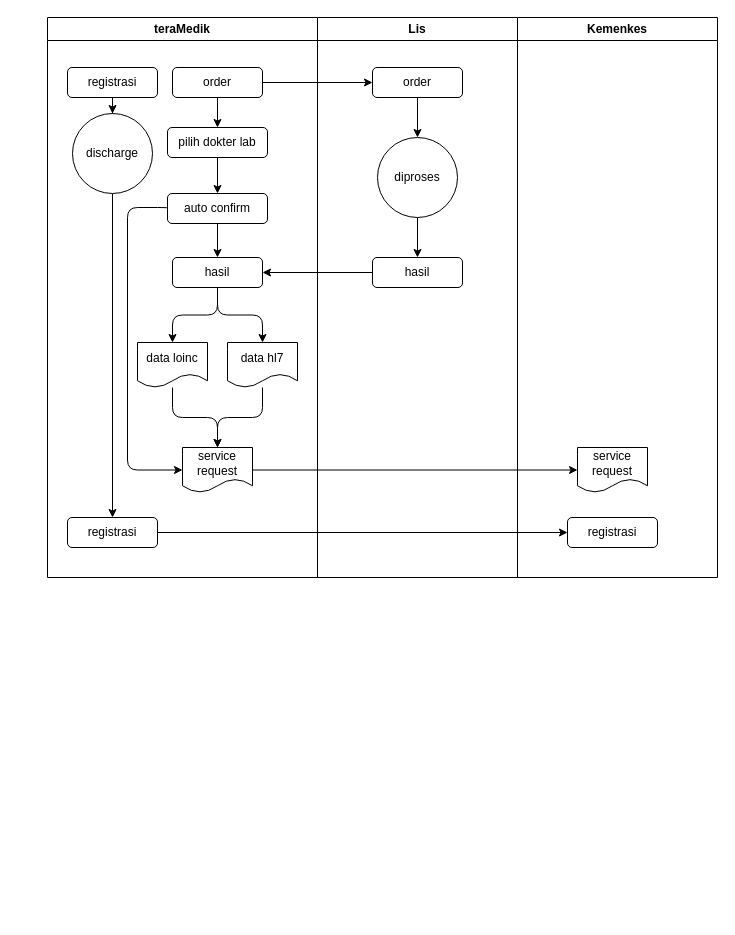
Earlier version of the draw.io diagram Pengiriman satu sehat Royal Progress.drawio (Akhmad-R-tera/diagram_job). Source tidied: cells renumbered, new cells numbered last; positions are measured from the earlier drawing's top-left corner, leaving out a move shared by most shapes. Both pictures are drawn from the tidied source at 100%, with x=0, y=0 at pixel (47, 17).
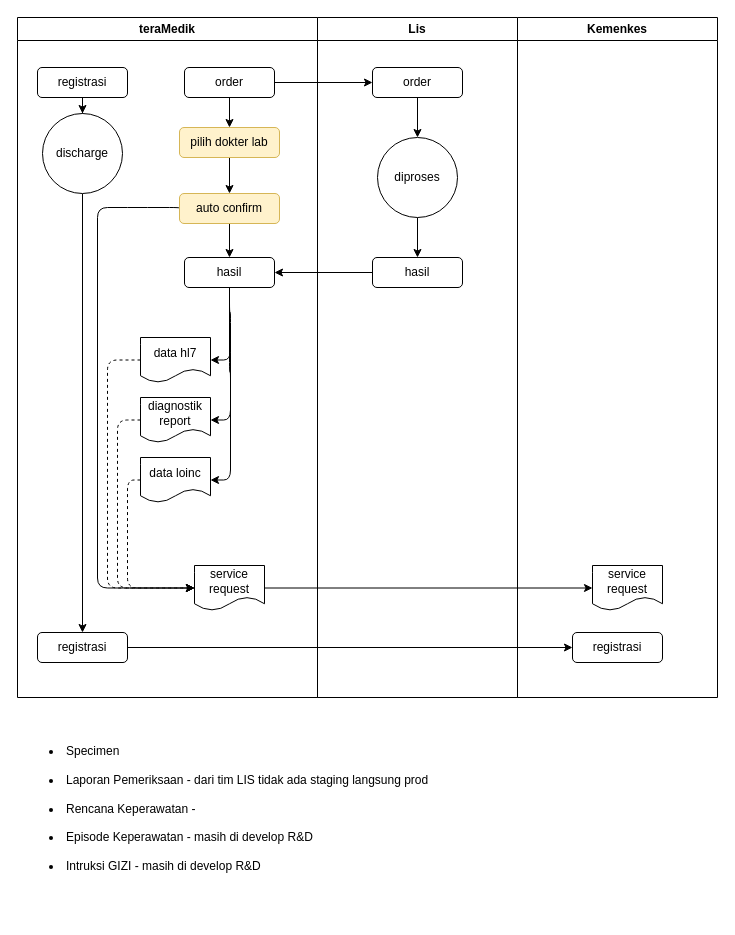
After the change.

What changed in the source:
```diff
@@
     <mxCell id="2" value="teraMedik" style="swimlane;whiteSpace=wrap;html=1;" parent="1" vertex="1">
-      <mxGeometry width="270" height="560" as="geometry" />
+      <mxGeometry x="-30" width="300" height="680" as="geometry" />
     </mxCell>
@@
     <mxCell id="4" value="order" style="rounded=1;whiteSpace=wrap;html=1;" parent="2" vertex="1">
-      <mxGeometry x="125" y="50" width="90" height="30" as="geometry" />
+      <mxGeometry x="167" y="50" width="90" height="30" as="geometry" />
     </mxCell>
+    <mxCell id="36" style="edgeStyle=orthogonalEdgeStyle;rounded=1;jettySize=auto;html=1;entryX=1;entryY=0.5;entryDx=0;entryDy=0;curved=0;" parent="2" edge="1" source="7" target="38">
+      <mxGeometry relative="1" as="geometry" />
+    </mxCell>
+    <mxCell id="6" style="edgeStyle=orthogonalEdgeStyle;rounded=1;jettySize=auto;html=1;entryX=1;entryY=0.5;entryDx=0;entryDy=0;curved=0;" parent="2" edge="1" source="7" target="11">
+      <mxGeometry relative="1" as="geometry" />
+    </mxCell>
-    <mxCell id="5" style="edgeStyle=orthogonalEdgeStyle;rounded=1;jettySize=auto;html=1;curved=0;" parent="2" edge="1" source="7" target="9">
+    <mxCell id="5" style="edgeStyle=orthogonalEdgeStyle;rounded=1;jettySize=auto;html=1;entryX=1;entryY=0.5;entryDx=0;entryDy=0;curved=0;" parent="2" edge="1" source="7" target="9">
       <mxGeometry relative="1" as="geometry" />
     </mxCell>
-    <mxCell id="6" style="edgeStyle=orthogonalEdgeStyle;rounded=1;jettySize=auto;html=1;entryX=0.5;entryY=0;entryDx=0;entryDy=0;curved=0;" parent="2" edge="1" source="7" target="11">
-      <mxGeometry relative="1" as="geometry" />
-    </mxCell>
     <mxCell id="7" value="hasil" style="whiteSpace=wrap;html=1;rounded=1;" parent="2" vertex="1">
-      <mxGeometry x="125" y="240" width="90" height="30" as="geometry" />
+      <mxGeometry x="167" y="240" width="90" height="30" as="geometry" />
     </mxCell>
-    <mxCell id="8" style="edgeStyle=orthogonalEdgeStyle;rounded=1;jettySize=auto;html=1;curved=0;" parent="2" edge="1" source="9" target="12">
-      <mxGeometry relative="1" as="geometry" />
+    <mxCell id="8" style="edgeStyle=orthogonalEdgeStyle;rounded=1;jettySize=auto;html=1;entryX=0;entryY=0.5;entryDx=0;entryDy=0;exitX=0;exitY=0.5;exitDx=0;exitDy=0;curved=0;dashed=1;" parent="2" edge="1" source="9" target="12">
+      <mxGeometry relative="1" as="geometry">
+        <Array as="points">
+          <mxPoint x="110" y="462.5" />
+          <mxPoint x="110" y="570.5" />
+        </Array>
+      </mxGeometry>
     </mxCell>
     <mxCell id="9" value="data loinc" style="shape=document;whiteSpace=wrap;html=1;boundedLbl=1;rounded=1;" parent="2" vertex="1">
-      <mxGeometry x="90" y="325" width="70" height="45" as="geometry" />
+      <mxGeometry x="123" y="440" width="70" height="45" as="geometry" />
     </mxCell>
-    <mxCell id="10" style="edgeStyle=orthogonalEdgeStyle;rounded=1;jettySize=auto;html=1;entryX=0.5;entryY=0;entryDx=0;entryDy=0;curved=0;" parent="2" edge="1" source="11" target="12">
-      <mxGeometry relative="1" as="geometry" />
-    </mxCell>
-    <mxCell id="11" value="data hl7" style="shape=document;whiteSpace=wrap;html=1;boundedLbl=1;rounded=1;" parent="2" vertex="1">
-      <mxGeometry x="180" y="325" width="70" height="45" as="geometry" />
-    </mxCell>
     <mxCell id="12" value="service request" style="shape=document;whiteSpace=wrap;html=1;boundedLbl=1;rounded=1;" parent="2" vertex="1">
-      <mxGeometry x="135" y="430" width="70" height="45" as="geometry" />
+      <mxGeometry x="177" y="548" width="70" height="45" as="geometry" />
     </mxCell>
     <mxCell id="13" style="edgeStyle=orthogonalEdgeStyle;rounded=1;jettySize=auto;html=1;entryX=0;entryY=0.5;entryDx=0;entryDy=0;exitX=0;exitY=0.5;exitDx=0;exitDy=0;curved=0;" parent="2" edge="1" source="15" target="12">
       <mxGeometry relative="1" as="geometry">
         <Array as="points">
           <mxPoint x="120" y="190" />
           <mxPoint x="80" y="190" />
-          <mxPoint x="80" y="452.5" />
+          <mxPoint x="80" y="570" />
+          <mxPoint x="135" y="570" />
         </Array>
       </mxGeometry>
     </mxCell>
@@
-    <mxCell id="15" value="auto confirm" style="whiteSpace=wrap;html=1;rounded=1;" parent="2" vertex="1">
-      <mxGeometry x="120" y="176" width="100" height="30" as="geometry" />
+    <mxCell id="15" value="auto confirm" style="whiteSpace=wrap;html=1;rounded=1;fillColor=#fff2cc;strokeColor=#d6b656;" parent="2" vertex="1">
+      <mxGeometry x="162" y="176" width="100" height="30" as="geometry" />
     </mxCell>
-    <mxCell id="16" value="pilih dokter lab" style="whiteSpace=wrap;html=1;rounded=1;" parent="2" vertex="1">
-      <mxGeometry x="120" y="110" width="100" height="30" as="geometry" />
+    <mxCell id="16" value="pilih dokter lab" style="whiteSpace=wrap;html=1;rounded=1;fillColor=#fff2cc;strokeColor=#d6b656;" parent="2" vertex="1">
+      <mxGeometry x="162" y="110" width="100" height="30" as="geometry" />
     </mxCell>
@@
     <mxCell id="20" value="registrasi" style="rounded=1;whiteSpace=wrap;html=1;" parent="2" vertex="1">
-      <mxGeometry x="20" y="500" width="90" height="30" as="geometry" />
+      <mxGeometry x="20" y="615" width="90" height="30" as="geometry" />
     </mxCell>
@@
+    <mxCell id="10" style="edgeStyle=orthogonalEdgeStyle;rounded=1;jettySize=auto;html=1;entryX=0;entryY=0.5;entryDx=0;entryDy=0;exitX=0;exitY=0.5;exitDx=0;exitDy=0;curved=0;dashed=1;" parent="2" edge="1" source="11" target="12">
+      <mxGeometry relative="1" as="geometry">
+        <Array as="points">
+          <mxPoint x="100" y="402.5" />
+          <mxPoint x="100" y="570.5" />
+        </Array>
+      </mxGeometry>
+    </mxCell>
+    <mxCell id="11" value="diagnostik report" style="shape=document;whiteSpace=wrap;html=1;boundedLbl=1;rounded=1;" parent="2" vertex="1">
+      <mxGeometry x="123" y="380" width="70" height="45" as="geometry" />
+    </mxCell>
+    <mxCell id="37" style="edgeStyle=orthogonalEdgeStyle;rounded=1;jettySize=auto;html=1;entryX=0;entryY=0.5;entryDx=0;entryDy=0;exitX=0;exitY=0.5;exitDx=0;exitDy=0;curved=0;dashed=1;" parent="2" edge="1" source="38" target="12">
+      <mxGeometry relative="1" as="geometry">
+        <Array as="points">
+          <mxPoint x="90" y="342.5" />
+          <mxPoint x="90" y="570.5" />
+        </Array>
+      </mxGeometry>
+    </mxCell>
+    <mxCell id="38" value="data hl7" style="shape=document;whiteSpace=wrap;html=1;boundedLbl=1;rounded=1;" parent="2" vertex="1">
+      <mxGeometry x="123" y="320" width="70" height="45" as="geometry" />
+    </mxCell>
     <mxCell id="23" value="Lis" style="swimlane;whiteSpace=wrap;html=1;" parent="1" vertex="1">
-      <mxGeometry x="270" width="200" height="560" as="geometry" />
+      <mxGeometry x="270" width="200" height="680" as="geometry" />
     </mxCell>
@@
     <mxCell id="29" value="Kemenkes" style="swimlane;whiteSpace=wrap;html=1;" parent="1" vertex="1">
-      <mxGeometry x="470" width="200" height="560" as="geometry" />
+      <mxGeometry x="470" width="200" height="680" as="geometry" />
     </mxCell>
     <mxCell id="30" value="service request" style="shape=document;whiteSpace=wrap;html=1;boundedLbl=1;rounded=1;" parent="29" vertex="1">
-      <mxGeometry x="60" y="430" width="70" height="45" as="geometry" />
+      <mxGeometry x="75" y="548" width="70" height="45" as="geometry" />
     </mxCell>
     <mxCell id="31" value="registrasi" style="rounded=1;whiteSpace=wrap;html=1;" parent="29" vertex="1">
-      <mxGeometry x="50" y="500" width="90" height="30" as="geometry" />
+      <mxGeometry x="55" y="615" width="90" height="30" as="geometry" />
     </mxCell>
@@
+    <mxCell id="39" value="&lt;li class=&quot;m_6830989614033451236MsoListParagraph&quot; style=&quot;margin-left:0cm&quot;&gt;&lt;span&gt;Specimen&lt;br&gt;&lt;br&gt;&lt;u&gt;&lt;/u&gt;&lt;u&gt;&lt;/u&gt;&lt;/span&gt;&lt;/li&gt;&lt;li class=&quot;m_6830989614033451236MsoListParagraph&quot; style=&quot;margin-left:0cm&quot;&gt;&lt;span&gt;Laporan Pemeriksaan - dari tim LIS tidak ada staging langsung prod&lt;br&gt;&lt;br&gt;&lt;u&gt;&lt;/u&gt;&lt;u&gt;&lt;/u&gt;&lt;/span&gt;&lt;/li&gt;&lt;li class=&quot;m_6830989614033451236MsoListParagraph&quot; style=&quot;margin-left:0cm&quot;&gt;&lt;span&gt;Rencana Keperawatan -&amp;nbsp;&lt;br&gt;&lt;br&gt;&lt;u&gt;&lt;/u&gt;&lt;u&gt;&lt;/u&gt;&lt;/span&gt;&lt;/li&gt;&lt;li class=&quot;m_6830989614033451236MsoListParagraph&quot; style=&quot;margin-left:0cm&quot;&gt;&lt;span&gt;Episode Keperawatan - masih di develop R&amp;amp;D&lt;br&gt;&lt;br&gt;&lt;/span&gt;&lt;/li&gt;&lt;li class=&quot;m_6830989614033451236MsoListParagraph&quot; style=&quot;margin-left:0cm&quot;&gt;&lt;span&gt;Intruksi GIZI - masih di develop R&amp;amp;D&lt;/span&gt;&lt;/li&gt;" style="text;whiteSpace=wrap;html=1;" parent="1" vertex="1">
+      <mxGeometry y="720" width="510" height="180" as="geometry" />
+    </mxCell>
```
